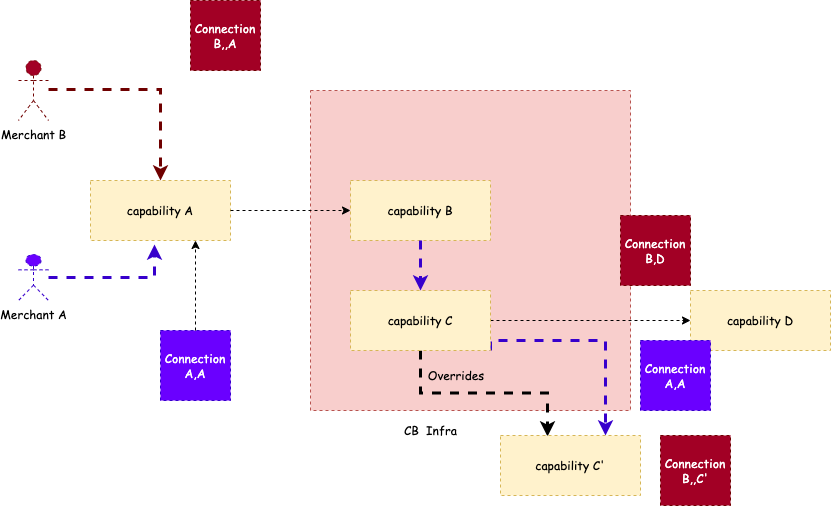
The draw.io diagram Hubble-Project-Notes/images/08-credential-scenarios.png in cb-manick/hubble, before a commit. Source tidied: cells renumbered, new cells last; positions are measured from the earlier drawing's top-left corner, leaving out a move shared by most shapes.
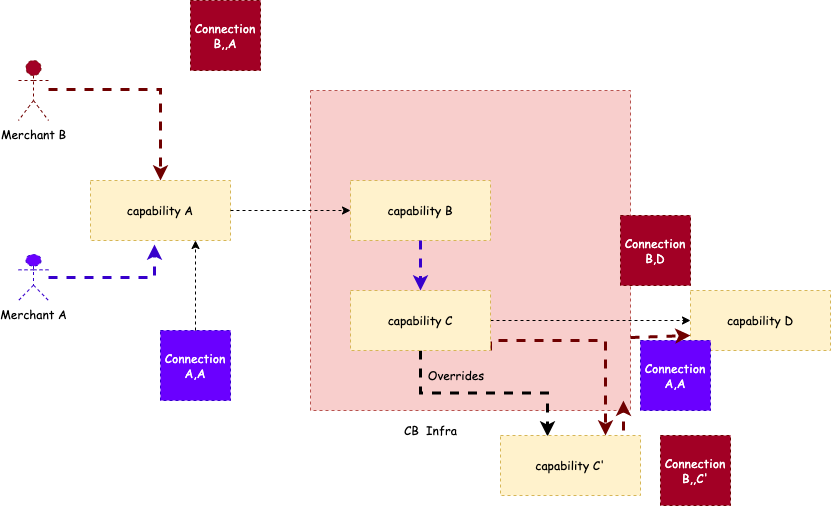
After the change.

Commit message:
Credential And Redirect Scenarios

Change to the diagram source:
```diff
@@ -23,7 +23,7 @@
     <mxCell id="8" style="edgeStyle=orthogonalEdgeStyle;rounded=0;jettySize=auto;html=1;exitX=0.5;exitY=1;exitDx=0;exitDy=0;entryX=0.336;entryY=0.017;entryDx=0;entryDy=0;entryPerimeter=0;dashed=1;fontFamily=Comic Sans MS;fontColor=#000000;startArrow=none;startFill=0;strokeWidth=3;" parent="1" edge="1" source="10" target="19">
       <mxGeometry relative="1" as="geometry" />
     </mxCell>
-    <mxCell id="9" style="edgeStyle=orthogonalEdgeStyle;rounded=0;jettySize=auto;html=1;exitX=1;exitY=1;exitDx=0;exitDy=0;entryX=0.75;entryY=0;entryDx=0;entryDy=0;dashed=1;fontFamily=Comic Sans MS;fontColor=#000000;startArrow=none;startFill=0;strokeWidth=3;fillColor=#6a00ff;strokeColor=#3700CC;" parent="1" edge="1" source="10" target="19">
+    <mxCell id="9" style="edgeStyle=orthogonalEdgeStyle;rounded=0;jettySize=auto;html=1;exitX=1;exitY=1;exitDx=0;exitDy=0;entryX=0.75;entryY=0;entryDx=0;entryDy=0;dashed=1;fontFamily=Comic Sans MS;fontColor=#000000;startArrow=none;startFill=0;strokeWidth=3;fillColor=#a20025;strokeColor=#6F0000;" parent="1" edge="1" source="10" target="19">
       <mxGeometry relative="1" as="geometry">
         <Array as="points">
           <mxPoint x="472" y="340" />
@@ -79,5 +79,13 @@
     <mxCell id="24" value="Connection B,D" style="whiteSpace=wrap;html=1;dashed=1;fontFamily=Comic Sans MS;fillColor=#a20025;fontColor=#ffffff;strokeColor=#6F0000;" parent="1" vertex="1">
       <mxGeometry x="602" y="215" width="70" height="70" as="geometry" />
     </mxCell>
+    <mxCell id="25" style="endArrow=classic;html=1;rounded=0;dashed=1;fontFamily=Comic Sans MS;fontColor=#000000;strokeWidth=3;entryX=0.978;entryY=0.969;entryDx=0;entryDy=0;entryPerimeter=0;fillColor=#a20025;strokeColor=#6F0000;" parent="1" edge="1" target="2">
+      <mxGeometry relative="1" as="geometry">
+        <mxPoint x="605" y="430" as="sourcePoint" />
+      </mxGeometry>
+    </mxCell>
+    <mxCell id="26" style="endArrow=classic;html=1;rounded=0;dashed=1;fontFamily=Comic Sans MS;fontColor=#000000;strokeWidth=3;exitX=1;exitY=0.772;exitDx=0;exitDy=0;exitPerimeter=0;entryX=0;entryY=0.75;entryDx=0;entryDy=0;fillColor=#a20025;strokeColor=#6F0000;" parent="1" edge="1" source="2" target="11">
+      <mxGeometry relative="1" as="geometry" />
+    </mxCell>
   </root>
 </mxGraphModel>
```
